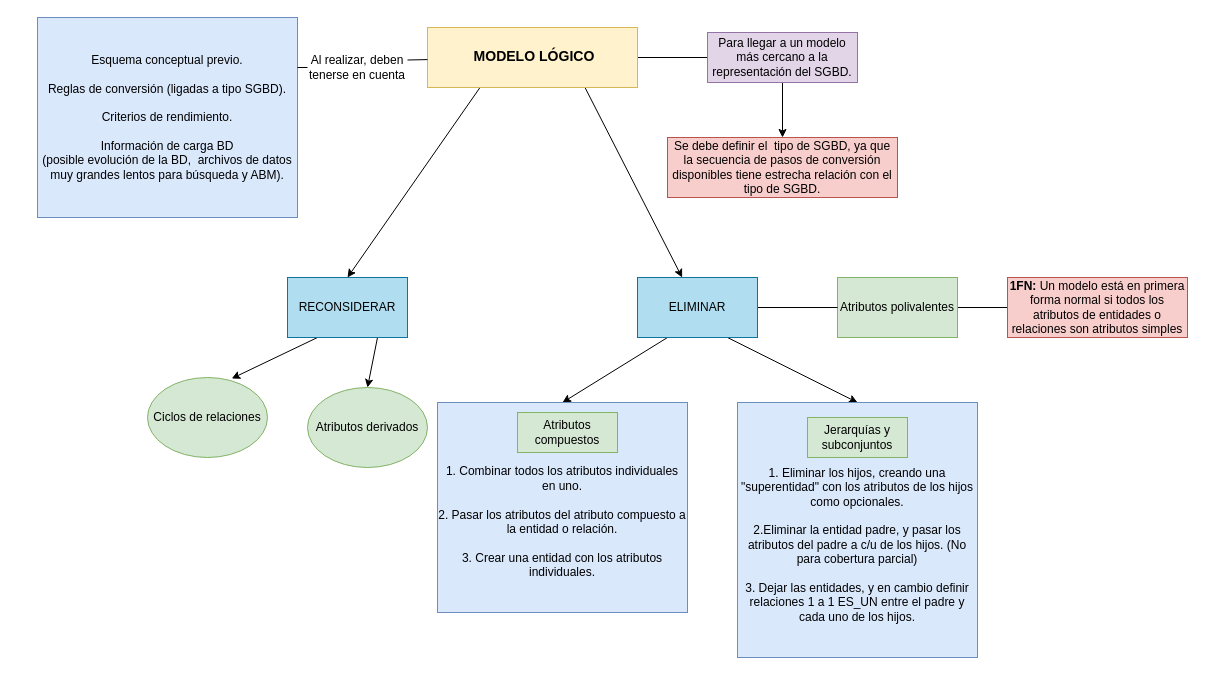
This is page "Modelo lógico" (4 of 6) of Diagrama-resumen.drawio from senras/DBD, a draw.io file, before an edit. Source tidied: cells renumbered, new cells numbered last; positions are measured from the earlier drawing's top-left corner, leaving out a move shared by most shapes. Both pictures are drawn from the tidied source at 100%, with x=0, y=0 at pixel (37, 17).
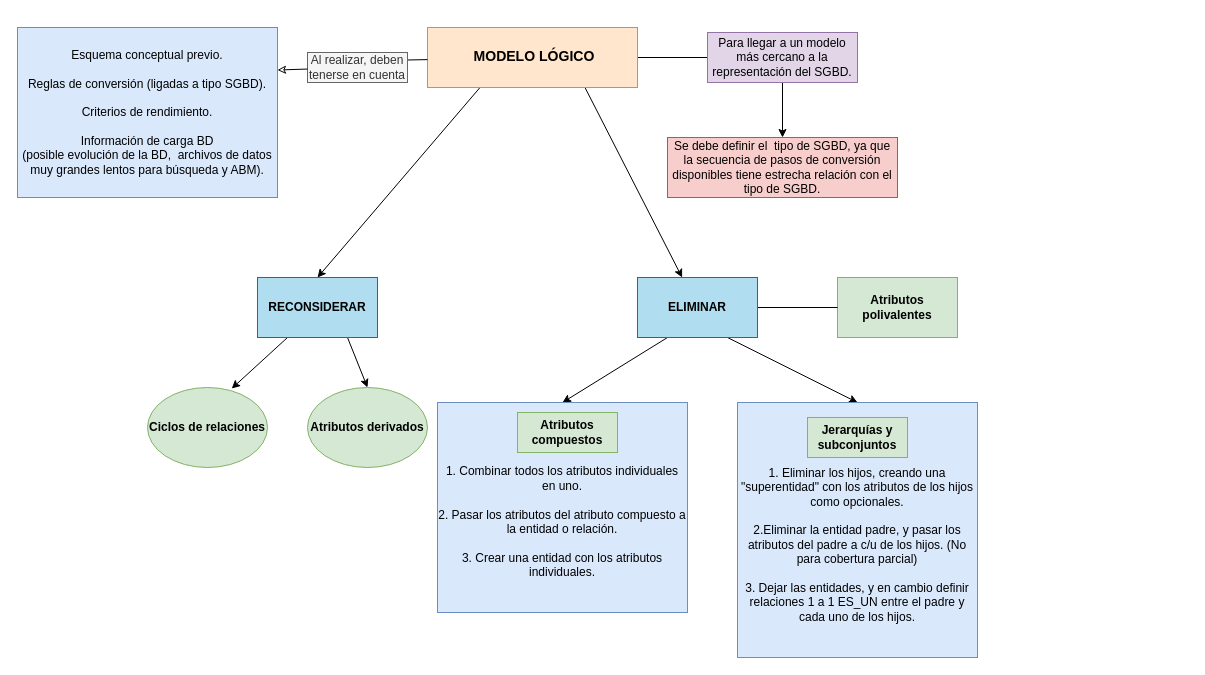
The same diagram, later.

Change to the diagram source:
```diff
@@
-    <mxCell id="5" value="&lt;h3&gt;&amp;nbsp;MODELO LÓGICO&lt;/h3&gt;" style="text;whiteSpace=wrap;html=1;align=center;fillColor=#fff2cc;strokeColor=#d6b656;" parent="1" vertex="1">
+    <mxCell id="5" value="&lt;h3&gt;&amp;nbsp;MODELO LÓGICO&lt;/h3&gt;" style="text;whiteSpace=wrap;html=1;align=center;fillColor=#ffe6cc;strokeColor=#d79b00;" parent="1" vertex="1">
       <mxGeometry x="390" y="10" width="210" height="60" as="geometry" />
     </mxCell>
@@
     <mxCell id="10" value="Esquema conceptual previo.&lt;br&gt;&lt;br&gt;Reglas de conversión (ligadas a tipo SGBD).&lt;br&gt;&lt;br&gt;Criterios de rendimiento.&lt;br&gt;&lt;br&gt;Información de carga BD&lt;br&gt;(posible evolución de la BD,&amp;nbsp; archivos de datos muy grandes lentos para búsqueda y ABM)." style="rounded=0;whiteSpace=wrap;html=1;fillColor=#dae8fc;strokeColor=#6c8ebf;" parent="1" vertex="1">
-      <mxGeometry width="260" height="200" as="geometry" />
+      <mxGeometry x="-20" y="10" width="260" height="170" as="geometry" />
     </mxCell>
-    <mxCell id="11" style="edgeStyle=none;rounded=0;jettySize=auto;html=1;exitX=1;exitY=0.5;exitDx=0;exitDy=0;entryX=0;entryY=0.5;entryDx=0;entryDy=0;endArrow=none;endFill=0;" parent="1" edge="1" source="12" target="22">
-      <mxGeometry relative="1" as="geometry" />
-    </mxCell>
-    <mxCell id="12" value="Atributos polivalentes" style="rounded=0;whiteSpace=wrap;html=1;fillColor=#d5e8d4;strokeColor=#82b366;" parent="1" vertex="1">
+    <mxCell id="12" value="Atributos polivalentes" style="rounded=0;whiteSpace=wrap;html=1;fillColor=#d5e8d4;strokeColor=#82b366;fontStyle=1;" parent="1" vertex="1">
       <mxGeometry x="800" y="260" width="120" height="60" as="geometry" />
     </mxCell>
@@
-    <mxCell id="16" value="ELIMINAR" style="rounded=0;whiteSpace=wrap;html=1;fillColor=#b1ddf0;strokeColor=#10739e;" parent="1" vertex="1">
+    <mxCell id="16" value="ELIMINAR" style="rounded=0;whiteSpace=wrap;html=1;fillColor=#b1ddf0;strokeColor=#10739e;fontStyle=1;" parent="1" vertex="1">
       <mxGeometry x="600" y="260" width="120" height="60" as="geometry" />
     </mxCell>
@@
-    <mxCell id="19" value="RECONSIDERAR" style="rounded=0;whiteSpace=wrap;html=1;fillColor=#b1ddf0;strokeColor=#10739e;" parent="1" vertex="1">
-      <mxGeometry x="250" y="260" width="120" height="60" as="geometry" />
+    <mxCell id="19" value="RECONSIDERAR" style="rounded=0;whiteSpace=wrap;html=1;fillColor=#b1ddf0;strokeColor=#10739e;fontStyle=1;" parent="1" vertex="1">
+      <mxGeometry x="220" y="260" width="120" height="60" as="geometry" />
     </mxCell>
-    <mxCell id="20" value="Ciclos de relaciones" style="ellipse;whiteSpace=wrap;html=1;fillColor=#d5e8d4;strokeColor=#82b366;" parent="1" vertex="1">
-      <mxGeometry x="110" y="360" width="120" height="80" as="geometry" />
+    <mxCell id="20" value="Ciclos de relaciones" style="ellipse;whiteSpace=wrap;html=1;fillColor=#d5e8d4;strokeColor=#82b366;fontStyle=1;" parent="1" vertex="1">
+      <mxGeometry x="110" y="370" width="120" height="80" as="geometry" />
     </mxCell>
-    <mxCell id="21" value="&lt;span&gt;Atributos derivados&lt;/span&gt;" style="ellipse;whiteSpace=wrap;html=1;fillColor=#d5e8d4;strokeColor=#82b366;" parent="1" vertex="1">
+    <mxCell id="21" value="&lt;span&gt;Atributos derivados&lt;/span&gt;" style="ellipse;whiteSpace=wrap;html=1;fillColor=#d5e8d4;strokeColor=#82b366;fontStyle=1;" parent="1" vertex="1">
       <mxGeometry x="270" y="370" width="120" height="80" as="geometry" />
     </mxCell>
-    <mxCell id="22" value="&lt;b&gt;1FN:&lt;/b&gt; Un modelo está en primera forma normal si todos los atributos de entidades o relaciones son atributos simples" style="text;html=1;strokeColor=#b85450;fillColor=#f8cecc;align=center;verticalAlign=middle;whiteSpace=wrap;rounded=0;" parent="1" vertex="1">
-      <mxGeometry x="970" y="260" width="180" height="60" as="geometry" />
-    </mxCell>
@@
-    <mxCell id="25" value="Atributos compuestos" style="rounded=0;whiteSpace=wrap;html=1;fillColor=#d5e8d4;strokeColor=#82b366;" parent="1" vertex="1">
+    <mxCell id="25" value="Atributos compuestos" style="rounded=0;whiteSpace=wrap;html=1;fillColor=#d5e8d4;strokeColor=#82b366;fontStyle=1;" parent="1" vertex="1">
       <mxGeometry x="480" y="395" width="100" height="40" as="geometry" />
     </mxCell>
-    <mxCell id="26" value="Jerarquías y subconjuntos" style="rounded=0;whiteSpace=wrap;html=1;fillColor=#d5e8d4;strokeColor=#82b366;" parent="1" vertex="1">
+    <mxCell id="26" value="Jerarquías y subconjuntos" style="rounded=0;whiteSpace=wrap;html=1;fillColor=#d5e8d4;strokeColor=#82b366;fontStyle=1;" parent="1" vertex="1">
       <mxGeometry x="770" y="400" width="100" height="40" as="geometry" />
     </mxCell>
-    <mxCell id="27" value="Al realizar, deben tenerse en cuenta" style="text;html=1;strokeColor=none;fillColor=none;align=center;verticalAlign=middle;whiteSpace=wrap;rounded=0;" parent="1" vertex="1">
+    <mxCell id="27" value="Al realizar, deben tenerse en cuenta" style="text;html=1;strokeColor=#666666;fillColor=#f5f5f5;align=center;verticalAlign=middle;whiteSpace=wrap;rounded=0;fontStyle=0;fontColor=#333333;" parent="1" vertex="1">
       <mxGeometry x="270" y="35" width="100" height="30" as="geometry" />
     </mxCell>
-    <mxCell id="28" style="edgeStyle=none;rounded=0;jettySize=auto;html=1;exitX=1;exitY=0.25;exitDx=0;exitDy=0;endArrow=none;endFill=0;" parent="1" edge="1" source="10" target="27">
+    <mxCell id="28" style="edgeStyle=none;rounded=0;jettySize=auto;html=1;exitX=1;exitY=0.25;exitDx=0;exitDy=0;endArrow=none;endFill=0;startArrow=classic;startFill=0;" parent="1" edge="1" source="10" target="27">
       <mxGeometry relative="1" as="geometry" />
     </mxCell>
```
